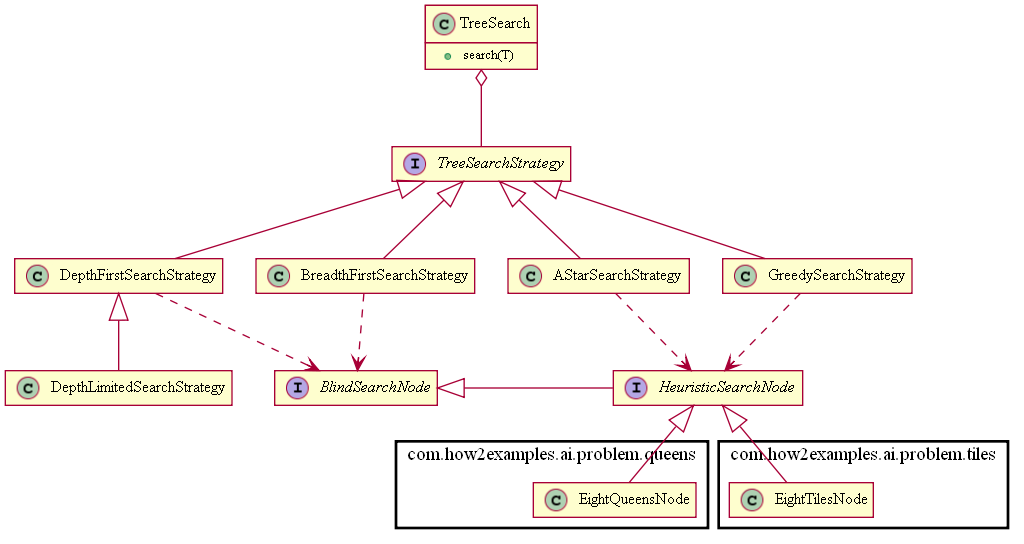
Earlier version of the PlantUML export src/main/java/com/how2examples/ai/search/doc-files/TreeSearch.png (s-webber/java-ai-techniques). Its diagram source:
```plantuml
@startuml TreeSearch.png
hide members

class TreeSearch {
+search(T)
}
show TreeSearch method
TreeSearch o-- TreeSearchStrategy

interface TreeSearchStrategy
TreeSearchStrategy <|-- DepthFirstSearchStrategy
DepthFirstSearchStrategy <|-- DepthLimitedSearchStrategy
TreeSearchStrategy <|-- BreadthFirstSearchStrategy
TreeSearchStrategy <|-- AStarSearchStrategy
TreeSearchStrategy <|-- GreedySearchStrategy

interface BlindSearchNode
interface HeuristicSearchNode
BlindSearchNode <|-right- HeuristicSearchNode

AStarSearchStrategy ..> HeuristicSearchNode
GreedySearchStrategy ..> HeuristicSearchNode
BreadthFirstSearchStrategy ..> BlindSearchNode
DepthFirstSearchStrategy ..> BlindSearchNode

namespace com.how2examples.ai.problem.queens {
.HeuristicSearchNode <|-- EightQueensNode
}

namespace com.how2examples.ai.problem.tiles {
.HeuristicSearchNode <|-- EightTilesNode
}

@enduml
```
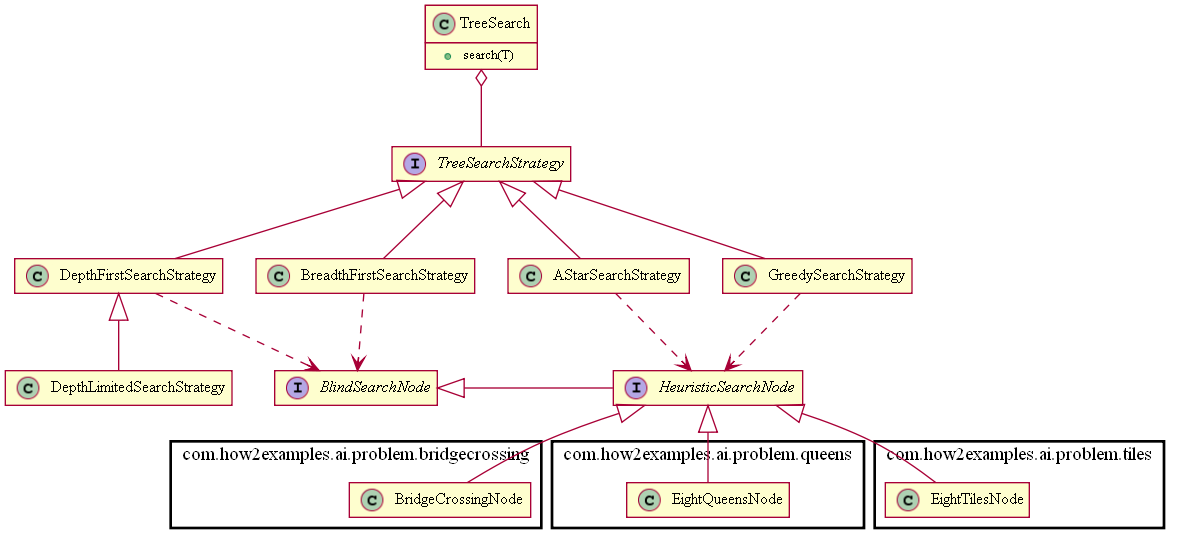
After the commit.

The edit, as a diff of the source:
```diff
@@ -23,6 +23,10 @@
 BreadthFirstSearchStrategy ..> BlindSearchNode
 DepthFirstSearchStrategy ..> BlindSearchNode
 
+namespace com.how2examples.ai.problem.bridgecrossing {
+.HeuristicSearchNode <|-- BridgeCrossingNode
+}
+
 namespace com.how2examples.ai.problem.queens {
 .HeuristicSearchNode <|-- EightQueensNode
 }
```
